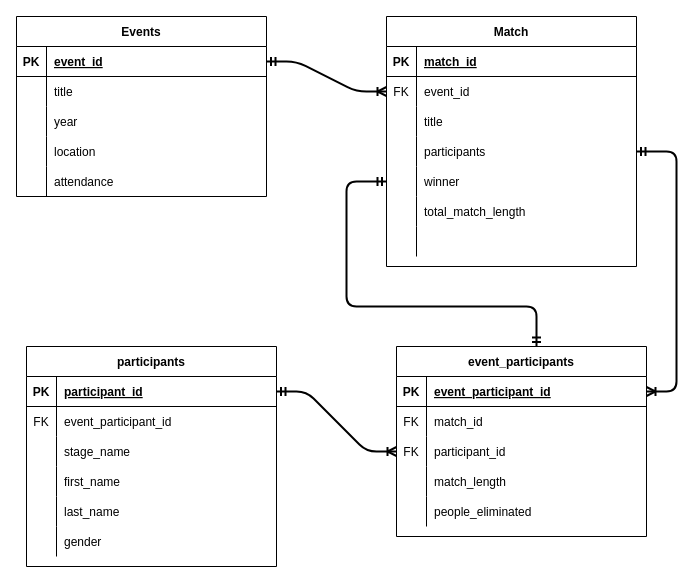
Above: Untitled Diagram.drawio in CaptSzat/chat-example (draw.io), before the change. Source tidied: cells renumbered, new cells numbered last; positions are measured from the earlier drawing's top-left corner, leaving out a move shared by most shapes. Both pictures are drawn from the tidied source at 100%, with x=0, y=0 at pixel (16, 16).
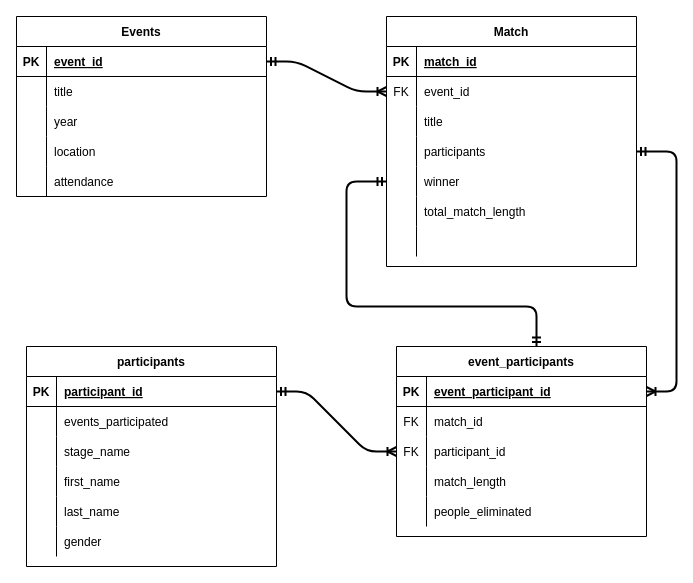
Above is the later version.

Unchanged cells that the change refers to:
```xml
<mxCell id="61" style="shape=partialRectangle;fillColor=none;top=0;left=0;right=0;bottom=0;" parent="57" vertex="1">
  <mxGeometry y="60" width="250" height="30" as="geometry" />
</mxCell>
```

Diff of the diagram source:
```diff
@@
-    <mxCell id="62" value="FK" style="shape=partialRectangle;overflow=hidden;fillColor=none;top=0;left=0;bottom=0;right=0;" parent="61" vertex="1">
+    <mxCell id="62" style="shape=partialRectangle;overflow=hidden;fillColor=none;top=0;left=0;bottom=0;right=0;" parent="61" vertex="1">
       <mxGeometry width="30" height="30" as="geometry" />
     </mxCell>
-    <mxCell id="63" value="event_participant_id" style="shape=partialRectangle;overflow=hidden;fillColor=none;top=0;left=0;bottom=0;right=0;align=left;spacingLeft=6;" parent="61" vertex="1">
+    <mxCell id="63" value="events_participated" style="shape=partialRectangle;overflow=hidden;fillColor=none;top=0;left=0;bottom=0;right=0;align=left;spacingLeft=6;" parent="61" vertex="1">
       <mxGeometry x="30" width="220" height="30" as="geometry" />
     </mxCell>
```
